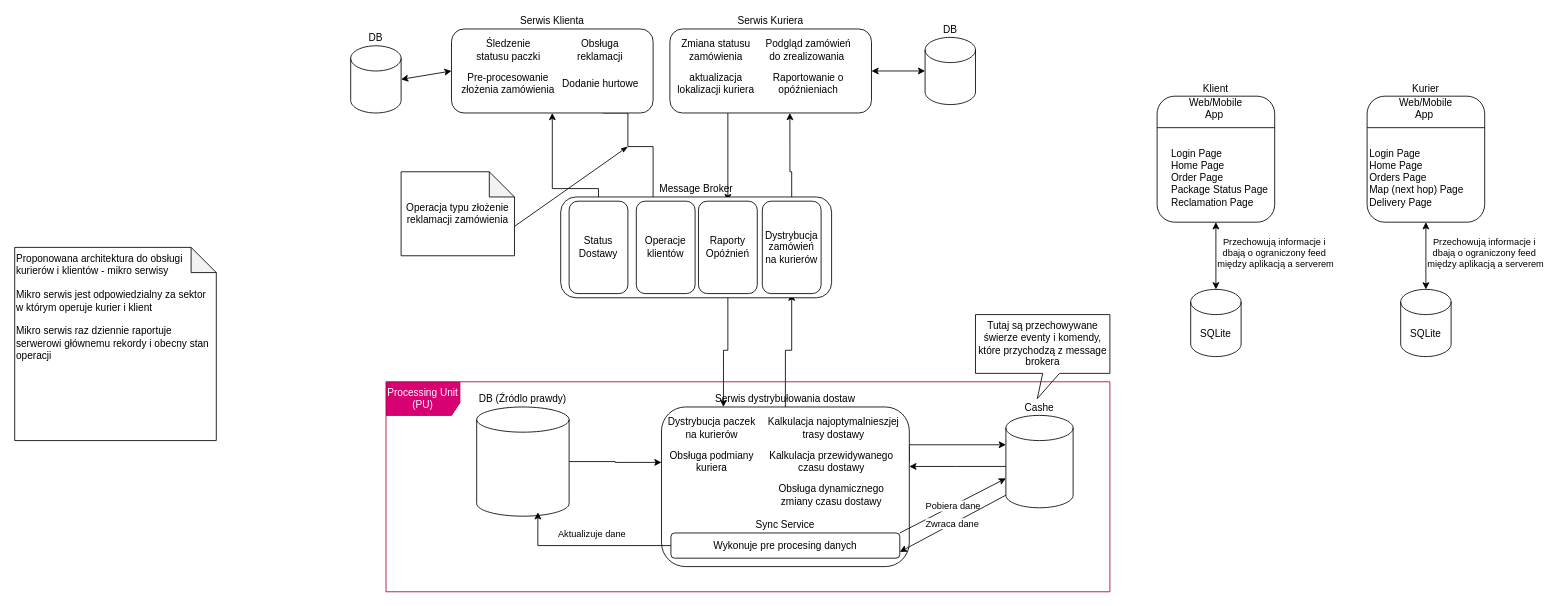
Earlier version of the draw.io diagram page "Mikroserwisy + CQRS + modele paneli użytkowników" (2 of 5) of architektura.drawio (Franio2018/Projekt-Zespolowy). Source tidied: cells renumbered, new cells numbered last; positions are measured from the earlier drawing's top-left corner, leaving out a move shared by most shapes. Both pictures are drawn from the tidied source at 84%, with x=0, y=0 at pixel (14, 29).
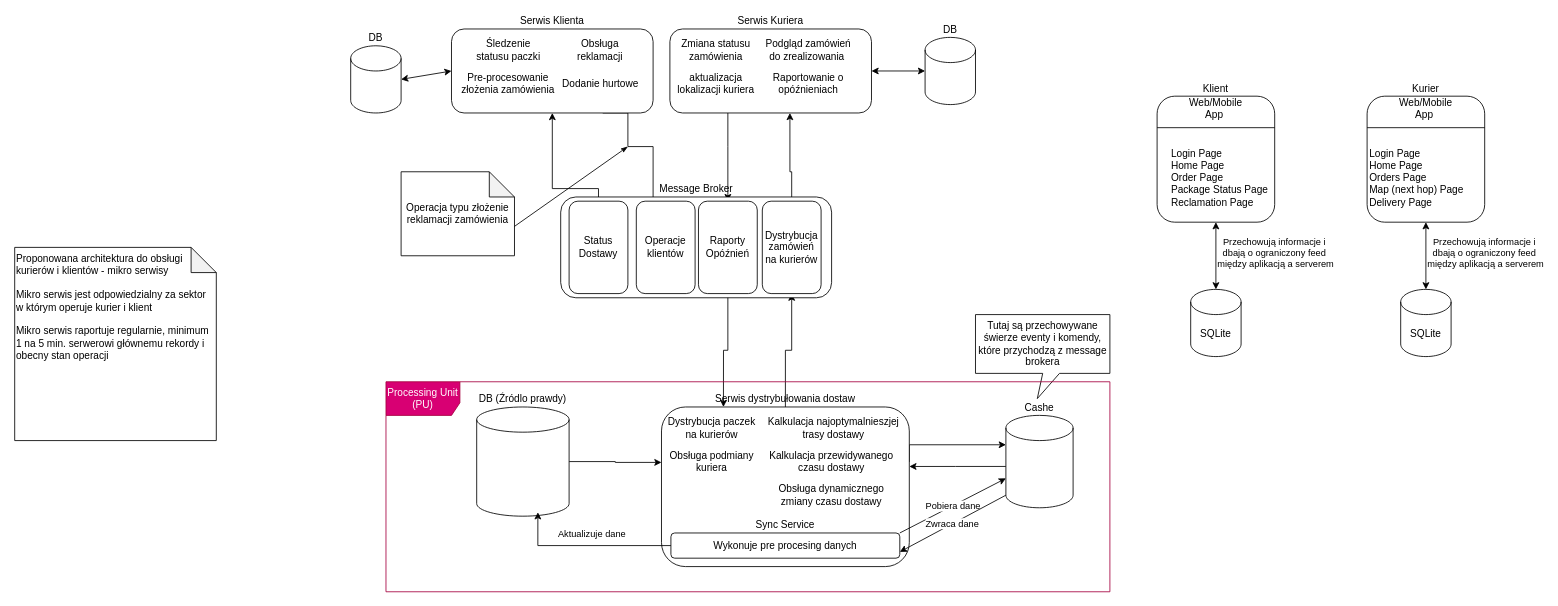
Above is the later version.

Diff of the diagram source:
```diff
@@
-    <mxCell id="19" value="Proponowana architektura do obsługi kurierów i klientów - mikro serwisy&lt;div&gt;&lt;br&gt;&lt;/div&gt;&lt;div&gt;Mikro serwis jest odpowiedzialny za sektor w którym operuje kurier i klient&lt;/div&gt;&lt;div&gt;&lt;br&gt;&lt;/div&gt;&lt;div&gt;Mikro serwis raz dziennie raportuje serwerowi głównemu rekordy i obecny stan operacji&amp;nbsp;&lt;/div&gt;&lt;div&gt;&lt;br&gt;&lt;/div&gt;" style="shape=note;whiteSpace=wrap;html=1;backgroundOutline=1;darkOpacity=0.05;align=left;verticalAlign=top;" parent="1" vertex="1">
+    <mxCell id="19" value="Proponowana architektura do obsługi kurierów i klientów - mikro serwisy&lt;div&gt;&lt;br&gt;&lt;/div&gt;&lt;div&gt;Mikro serwis jest odpowiedzialny za sektor w którym operuje kurier i klient&lt;/div&gt;&lt;div&gt;&lt;br&gt;&lt;/div&gt;&lt;div&gt;Mikro serwis raportuje regularnie, minimum 1 na 5 min. serwerowi głównemu rekordy i obecny stan operacji&amp;nbsp;&lt;/div&gt;&lt;div&gt;&lt;br&gt;&lt;/div&gt;" style="shape=note;whiteSpace=wrap;html=1;backgroundOutline=1;darkOpacity=0.05;align=left;verticalAlign=top;" parent="1" vertex="1">
       <mxGeometry y="260" width="240" height="230" as="geometry" />
     </mxCell>
```
